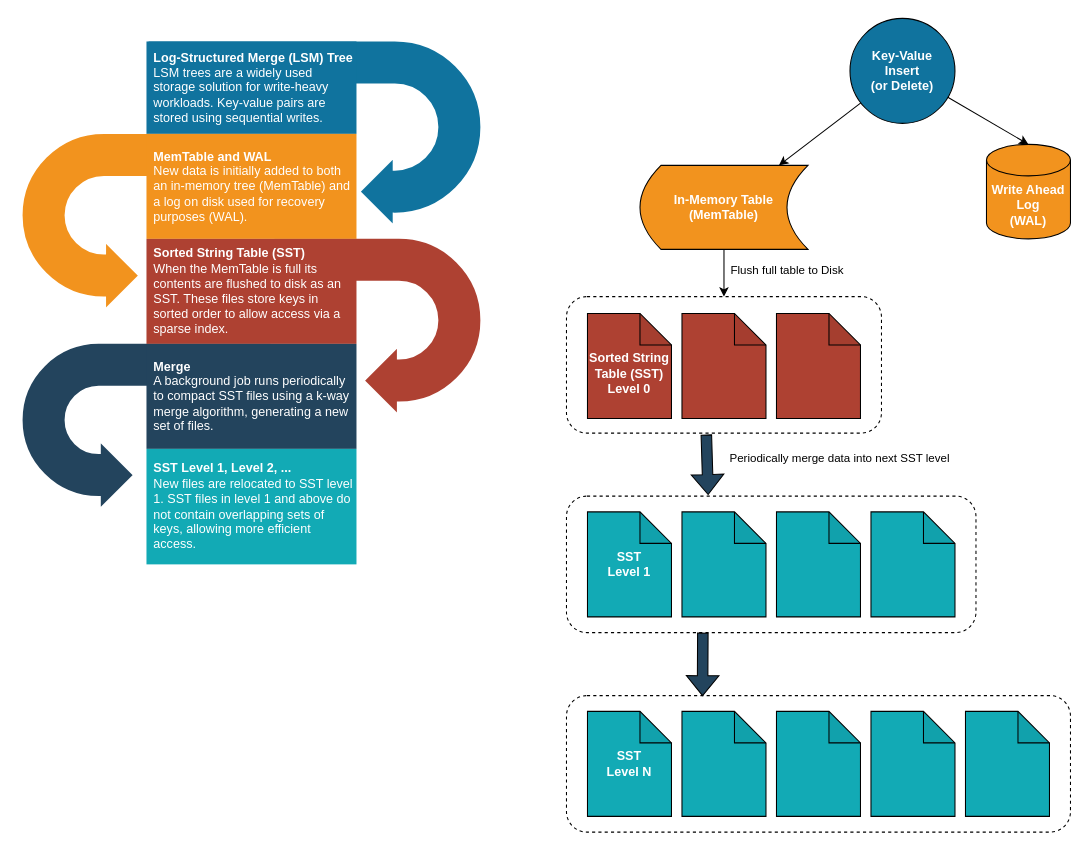
Above: page "Data Structures" (1 of 5) of docs/lsm.drawio in justinethier/keyva (draw.io), before the change. Source tidied: cells renumbered, new cells numbered last; positions are measured from the earlier drawing's top-left corner, leaving out a move shared by most shapes. Both pictures are drawn from the tidied source at 105%, with x=0, y=0 at pixel (20, 18).
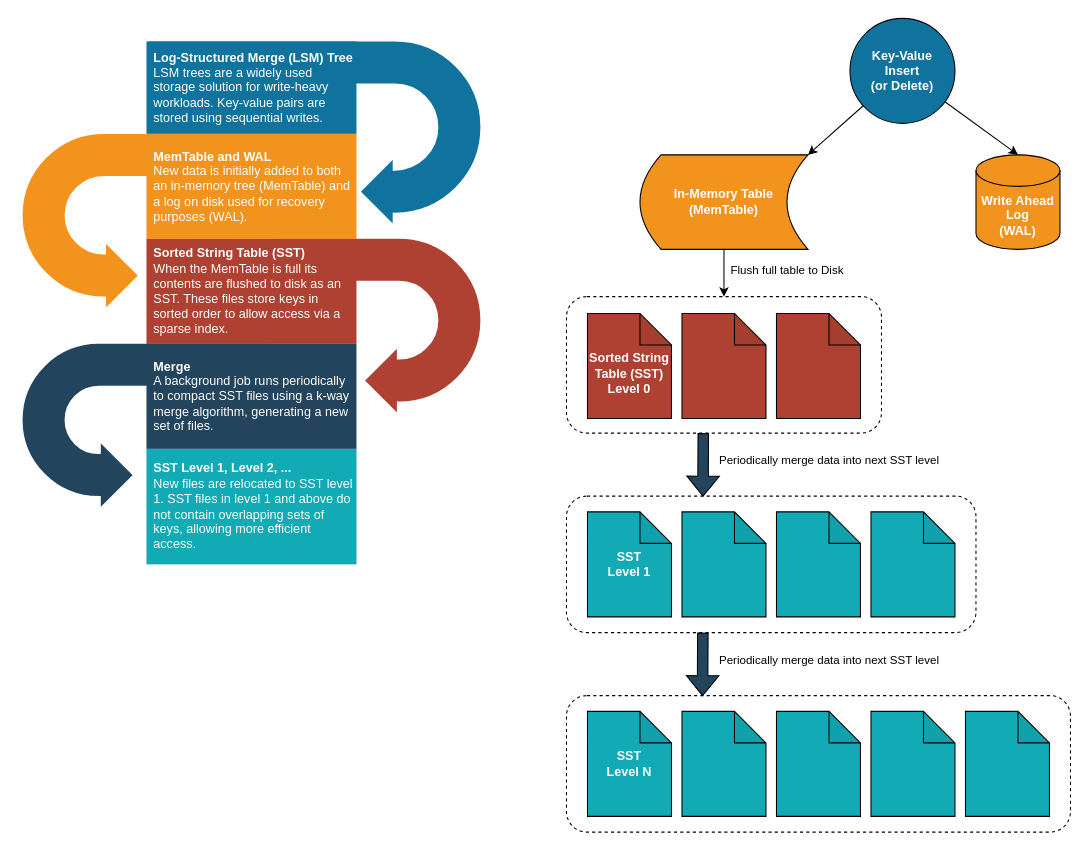
Above is the later version.

The change refers to these unchanged cells:
```xml
<mxCell id="4" value="&lt;div&gt;Key-Value&lt;/div&gt;&lt;div&gt;Insert&lt;/div&gt;&lt;div&gt;(or Delete)&lt;br&gt;&lt;/div&gt;" style="ellipse;whiteSpace=wrap;html=1;fillColor=#10739E;fontColor=#FFFFFF;fontSize=12;fontStyle=1;" parent="1" vertex="1">
  <mxGeometry x="790" width="100" height="100" as="geometry" />
</mxCell>
<mxCell id="23" style="rounded=1;whiteSpace=wrap;html=1;fillColor=none;dashed=1;" parent="1" vertex="1">
  <mxGeometry x="520" y="265" width="300" height="130" as="geometry" />
</mxCell>
<mxCell id="27" style="rounded=1;whiteSpace=wrap;html=1;fillColor=none;dashed=1;" parent="1" vertex="1">
  <mxGeometry x="520" y="455" width="390" height="130" as="geometry" />
</mxCell>
<mxCell id="32" style="rounded=1;whiteSpace=wrap;html=1;fillColor=none;dashed=1;" parent="1" vertex="1">
  <mxGeometry x="520" y="645" width="480" height="130" as="geometry" />
</mxCell>
```

What changed in the source:
```diff
@@
     <mxCell id="2" value="Write Ahead Log&lt;br style=&quot;font-size: 12px;&quot;&gt;(WAL)" style="shape=cylinder3;whiteSpace=wrap;html=1;boundedLbl=1;backgroundOutline=1;size=15;fillColor=#F2931E;fontColor=#FFFFFF;fontSize=12;fontStyle=1;" parent="1" vertex="1">
-      <mxGeometry x="920" y="120" width="80" height="90" as="geometry" />
+      <mxGeometry x="910" y="130" width="80" height="90" as="geometry" />
     </mxCell>
     <mxCell id="3" value="In-Memory Table&lt;br style=&quot;font-size: 12px&quot;&gt;(MemTable)" style="shape=dataStorage;whiteSpace=wrap;html=1;fixedSize=1;fillColor=#F2931E;fontColor=#FFFFFF;fontSize=12;fontStyle=1;" parent="1" vertex="1">
-      <mxGeometry x="590" y="140" width="160" height="80" as="geometry" />
+      <mxGeometry x="590" y="130" width="160" height="90" as="geometry" />
     </mxCell>
@@
-    <mxCell id="7" value="Periodically merge data into next SST level" style="shape=flexArrow;endArrow=classic;html=1;rounded=0;fillColor=#23445D;exitX=0.444;exitY=1.01;exitDx=0;exitDy=0;exitPerimeter=0;entryX=0.346;entryY=-0.008;entryDx=0;entryDy=0;entryPerimeter=0;" parent="1" edge="1" source="23" target="27">
-      <mxGeometry x="-0.05" y="126" relative="1" as="geometry" />
-    </mxCell>
@@
-    <mxCell id="13" style="shape=flexArrow;endArrow=classic;html=1;rounded=0;fillColor=#23445D;exitX=0.333;exitY=1;exitDx=0;exitDy=0;exitPerimeter=0;entryX=0.27;entryY=0.004;entryDx=0;entryDy=0;entryPerimeter=0;" parent="1" edge="1" source="27" target="32">
-      <mxGeometry relative="1" as="geometry" />
+    <mxCell id="13" value="Periodically merge data into next SST level" style="shape=flexArrow;endArrow=classic;html=1;rounded=0;fillColor=#23445D;exitX=0.333;exitY=1;exitDx=0;exitDy=0;exitPerimeter=0;entryX=0.27;entryY=0.004;entryDx=0;entryDy=0;entryPerimeter=0;" parent="1" edge="1" source="27" target="32">
+      <mxGeometry x="-0.19" y="120" relative="1" as="geometry" />
     </mxCell>
@@
-    <mxCell id="25" style="endArrow=classic;html=1;rounded=0;" parent="1" edge="1" source="4" target="3">
+    <mxCell id="25" style="endArrow=classic;html=1;rounded=0;entryX=1;entryY=0;entryDx=0;entryDy=0;" parent="1" edge="1" source="4" target="3">
       <mxGeometry relative="1" as="geometry" />
     </mxCell>
@@
+    <mxCell id="7" value="Periodically merge data into next SST level" style="shape=flexArrow;endArrow=classic;html=1;rounded=0;fillColor=#23445D;exitX=0.333;exitY=1;exitDx=0;exitDy=0;exitPerimeter=0;entryX=0.27;entryY=0.004;entryDx=0;entryDy=0;entryPerimeter=0;" parent="1" edge="1">
+      <mxGeometry x="-0.19" y="120" relative="1" as="geometry">
+        <mxPoint x="650.3" y="395" as="sourcePoint" />
+        <mxPoint x="650" y="455.5" as="targetPoint" />
+      </mxGeometry>
+    </mxCell>
```
